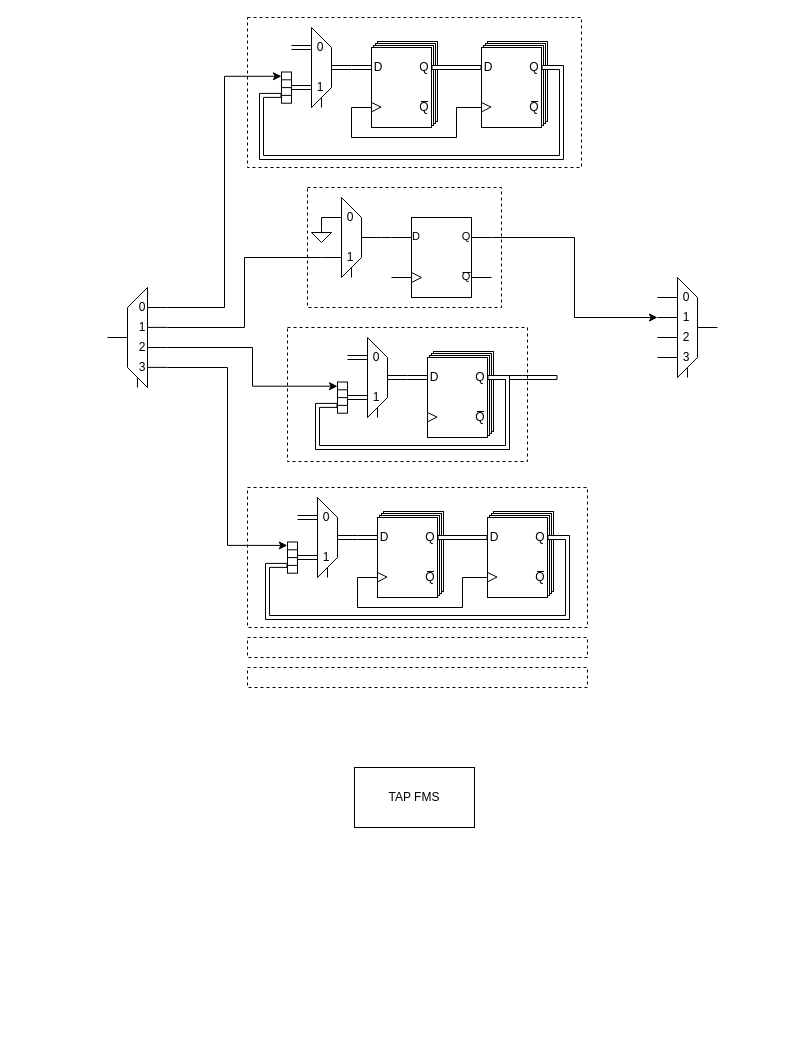
This is JTAG.drawio from Verdvana/JTAG, a draw.io file, before an edit. Source tidied: cells renumbered, new cells numbered last; positions are measured from the earlier drawing's top-left corner, leaving out a move shared by most shapes. Both pictures are drawn from the tidied source at 100%, with x=0, y=0 at pixel (107, 17).
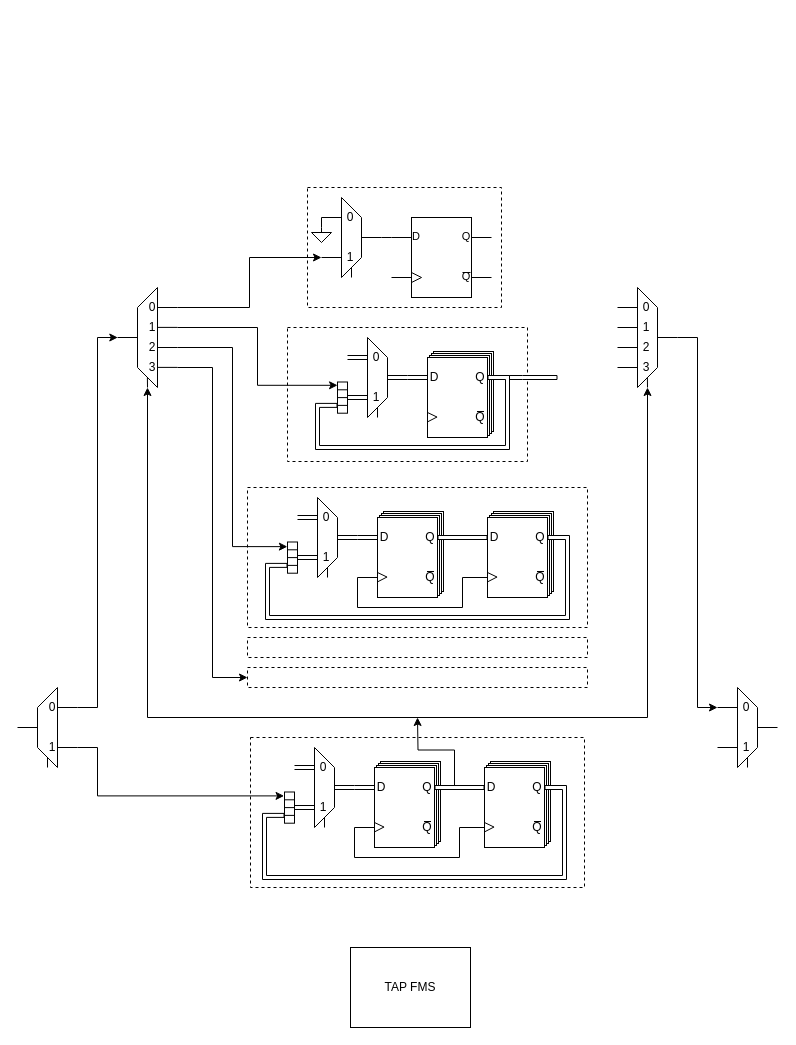
Above is the later version.

The change refers to these unchanged cells:
```xml
<mxCell id="5" style="group;" parent="1" vertex="1">
  <mxGeometry x="320" y="334" width="100" height="110" as="geometry" />
</mxCell>
<mxCell id="20" style="verticalLabelPosition=bottom;shadow=0;dashed=0;align=center;html=1;verticalAlign=top;shape=mxgraph.electrical.logic_gates.d_type_flip-flop;" parent="1" vertex="1">
  <mxGeometry x="284" y="200" width="100" height="80" as="geometry" />
</mxCell>
<mxCell id="21" style="group;" parent="1" vertex="1">
  <mxGeometry x="214" y="180" width="60" height="80" as="geometry" />
</mxCell>
<mxCell id="46" style="whiteSpace=wrap;html=1;rotation=-90;" parent="1" vertex="1">
  <mxGeometry x="219.4" y="375.1" width="31.2" height="10" as="geometry" />
</mxCell>
<mxCell id="56" style="whiteSpace=wrap;html=1;" parent="51" vertex="1">
  <mxGeometry y="6" width="60" height="80" as="geometry" />
</mxCell>
<mxCell id="59" value="D" style="text;strokeColor=none;align=center;fillColor=none;html=1;verticalAlign=middle;whiteSpace=wrap;rounded=0;" parent="51" vertex="1">
  <mxGeometry y="20" width="14" height="12" as="geometry" />
</mxCell>
<mxCell id="60" value="Q" style="text;strokeColor=none;align=center;fillColor=none;html=1;verticalAlign=middle;whiteSpace=wrap;rounded=0;" parent="51" vertex="1">
  <mxGeometry x="46" y="20" width="14" height="12" as="geometry" />
</mxCell>
<mxCell id="84" style="whiteSpace=wrap;html=1;" parent="79" vertex="1">
  <mxGeometry y="6" width="60" height="80" as="geometry" />
</mxCell>
<mxCell id="88" value="Q" style="text;strokeColor=none;align=center;fillColor=none;html=1;verticalAlign=middle;whiteSpace=wrap;rounded=0;" parent="79" vertex="1">
  <mxGeometry x="46" y="20" width="14" height="12" as="geometry" />
</mxCell>
<mxCell id="117" style="whiteSpace=wrap;html=1;rotation=-90;" parent="1" vertex="1">
  <mxGeometry x="169.4" y="535.1" width="31.2" height="10" as="geometry" />
</mxCell>
<mxCell id="138" style="rounded=0;whiteSpace=wrap;html=1;fillColor=none;dashed=1;" parent="1" vertex="1">
  <mxGeometry x="140" y="650" width="340" height="20" as="geometry" />
</mxCell>
```

Change to the diagram source:
```diff
@@
     <mxCell id="2" style="rounded=0;whiteSpace=wrap;html=1;fillColor=none;dashed=1;" parent="1" vertex="1">
-      <mxGeometry x="140" width="334" height="150" as="geometry" />
+      <mxGeometry x="143" y="720" width="334" height="150" as="geometry" />
     </mxCell>
@@
+    <mxCell id="18" style="rounded=0;whiteSpace=wrap;html=1;fillColor=none;dashed=1;" parent="5" vertex="1">
+      <mxGeometry x="-140" y="-24" width="240" height="134" as="geometry" />
+    </mxCell>
@@
-    <mxCell id="18" style="rounded=0;whiteSpace=wrap;html=1;fillColor=none;dashed=1;" parent="5" vertex="1">
-      <mxGeometry x="-140" y="-24" width="240" height="134" as="geometry" />
-    </mxCell>
@@
     <mxCell id="51" style="group;" parent="1" vertex="1">
-      <mxGeometry x="264" y="24" width="66" height="86" as="geometry" />
+      <mxGeometry x="267" y="744" width="66" height="86" as="geometry" />
     </mxCell>
@@
+    <mxCell id="176" style="edgeStyle=orthogonalEdgeStyle;rounded=0;jettySize=auto;html=1;exitX=1;exitY=0.5;exitDx=0;exitDy=0;" parent="51" edge="1" source="60">
+      <mxGeometry relative="1" as="geometry">
+        <mxPoint x="43" y="-44" as="targetPoint" />
+      </mxGeometry>
+    </mxCell>
@@
     <mxCell id="63" style="edgeStyle=orthogonalEdgeStyle;rounded=0;jettySize=auto;html=1;exitX=1;exitY=0.5;exitDx=0;exitDy=0;entryX=0;entryY=0.5;entryDx=0;entryDy=0;endArrow=none;endFill=0;shape=link;" parent="1" edge="1" target="59">
       <mxGeometry relative="1" as="geometry">
-        <mxPoint x="244" y="50" as="sourcePoint" />
+        <mxPoint x="247" y="770" as="sourcePoint" />
       </mxGeometry>
     </mxCell>
     <mxCell id="64" style="group;" parent="1" vertex="1">
-      <mxGeometry x="184" y="10" width="60" height="80" as="geometry" />
+      <mxGeometry x="187" y="730" width="60" height="80" as="geometry" />
     </mxCell>
@@
     <mxCell id="75" style="whiteSpace=wrap;html=1;rotation=-90;" parent="1" vertex="1">
-      <mxGeometry x="163.4" y="65.1" width="31.2" height="10" as="geometry" />
+      <mxGeometry x="166.4" y="785.1" width="31.2" height="10" as="geometry" />
     </mxCell>
@@
     <mxCell id="79" style="group;" parent="1" vertex="1">
-      <mxGeometry x="374" y="24" width="66" height="86" as="geometry" />
+      <mxGeometry x="377" y="744" width="66" height="86" as="geometry" />
     </mxCell>
@@
     <mxCell id="91" style="edgeStyle=orthogonalEdgeStyle;rounded=0;jettySize=auto;html=1;exitX=1;exitY=0.5;exitDx=0;exitDy=0;entryX=0.25;entryY=0;entryDx=0;entryDy=0;shape=flexArrow;endArrow=none;endFill=0;width=4;fillColor=default;" parent="1" edge="1" source="88" target="75">
       <mxGeometry relative="1" as="geometry">
         <Array as="points">
-          <mxPoint x="454" y="50" />
-          <mxPoint x="454" y="140" />
-          <mxPoint x="154" y="140" />
-          <mxPoint x="154" y="78" />
+          <mxPoint x="457" y="770" />
+          <mxPoint x="457" y="860" />
+          <mxPoint x="157" y="860" />
+          <mxPoint x="157" y="798" />
         </Array>
       </mxGeometry>
     </mxCell>
@@
     <mxCell id="135" style="edgeStyle=orthogonalEdgeStyle;rounded=0;jettySize=auto;html=1;exitX=0;exitY=0.75;exitDx=0;exitDy=0;entryX=0;entryY=0.75;entryDx=0;entryDy=0;endArrow=none;endFill=0;" parent="1" edge="1" source="84" target="56">
       <mxGeometry relative="1" as="geometry">
         <Array as="points">
-          <mxPoint x="349" y="90" />
-          <mxPoint x="349" y="120" />
-          <mxPoint x="244" y="120" />
-          <mxPoint x="244" y="90" />
+          <mxPoint x="352" y="810" />
+          <mxPoint x="352" y="840" />
+          <mxPoint x="247" y="840" />
+          <mxPoint x="247" y="810" />
         </Array>
       </mxGeometry>
     </mxCell>
@@
+    <mxCell id="177" style="edgeStyle=orthogonalEdgeStyle;rounded=0;jettySize=auto;html=1;exitX=1;exitY=0.5;exitDx=0;exitDy=0;exitPerimeter=0;entryX=0;entryY=0.25;entryDx=0;entryDy=0;" parent="1" edge="1" source="139" target="193">
+      <mxGeometry relative="1" as="geometry" />
+    </mxCell>
     <mxCell id="139" style="group;points=[[0,0.19,0,0,1],[0,0.43,0,0,-3],[0,0.63,0,0,-3],[0,0.94,0,0,-14],[0.5,1,0,0,0],[1,0.5,0,0,0]];" parent="1" vertex="1">
-      <mxGeometry x="550" y="260" width="60" height="100" as="geometry" />
+      <mxGeometry x="510" y="270" width="60" height="100" as="geometry" />
     </mxCell>
@@
-    <mxCell id="155" style="edgeStyle=orthogonalEdgeStyle;rounded=0;jettySize=auto;html=1;exitX=1;exitY=0.25;exitDx=0;exitDy=-5;exitPerimeter=0;entryX=0.863;entryY=-0.004;entryDx=0;entryDy=0;entryPerimeter=0;" parent="1" edge="1" source="158" target="75">
-      <mxGeometry relative="1" as="geometry" />
-    </mxCell>
-    <mxCell id="156" style="edgeStyle=orthogonalEdgeStyle;rounded=0;jettySize=auto;html=1;exitX=1;exitY=0.5;exitDx=0;exitDy=-10;exitPerimeter=0;entryX=0;entryY=0.75;entryDx=0;entryDy=0;endArrow=none;endFill=0;" parent="1" edge="1" source="158" target="21">
+    <mxCell id="156" style="edgeStyle=orthogonalEdgeStyle;rounded=0;jettySize=auto;html=1;exitX=1;exitY=0.25;exitDx=0;exitDy=-5;exitPerimeter=0;entryX=0;entryY=0.75;entryDx=0;entryDy=0;" parent="1" edge="1" source="158" target="21">
       <mxGeometry relative="1" as="geometry" />
     </mxCell>
-    <mxCell id="157" style="edgeStyle=orthogonalEdgeStyle;rounded=0;jettySize=auto;html=1;exitX=1;exitY=1;exitDx=0;exitDy=-20;exitPerimeter=0;entryX=0.89;entryY=-0.018;entryDx=0;entryDy=0;entryPerimeter=0;" parent="1" edge="1" source="158" target="117">
-      <mxGeometry relative="1" as="geometry" />
-    </mxCell>
+    <mxCell id="178" style="edgeStyle=orthogonalEdgeStyle;rounded=0;jettySize=auto;html=1;exitX=1;exitY=1;exitDx=0;exitDy=-20;exitPerimeter=0;entryX=0;entryY=0.5;entryDx=0;entryDy=0;" parent="1" edge="1" source="158" target="138">
+      <mxGeometry relative="1" as="geometry" />
+    </mxCell>
     <mxCell id="158" style="group;points=[[0,0.5,0,0,0],[0.5,1,0,0,0],[1,0.25,0,0,-5],[1,0.5,0,0,-10],[1,0.75,0,0,-15],[1,1,0,0,-20]];" parent="1" vertex="1">
-      <mxGeometry y="270" width="60" height="100" as="geometry" />
+      <mxGeometry x="10" y="270" width="60" height="100" as="geometry" />
     </mxCell>
@@
+    <mxCell id="175" value="TAP FMS" style="rounded=0;whiteSpace=wrap;html=1;" parent="1" vertex="1">
+      <mxGeometry x="243" y="930" width="120" height="80" as="geometry" />
+    </mxCell>
-    <mxCell id="173" style="edgeStyle=orthogonalEdgeStyle;rounded=0;jettySize=auto;html=1;exitX=1;exitY=0.75;exitDx=0;exitDy=-15;exitPerimeter=0;entryX=0.865;entryY=0.001;entryDx=0;entryDy=0;entryPerimeter=0;" parent="1" edge="1" source="158" target="46">
+    <mxCell id="173" style="edgeStyle=orthogonalEdgeStyle;rounded=0;jettySize=auto;html=1;exitX=1;exitY=0.5;exitDx=0;exitDy=-10;exitPerimeter=0;entryX=0.894;entryY=0.004;entryDx=0;entryDy=0;entryPerimeter=0;" parent="1" edge="1" source="158" target="46">
       <mxGeometry relative="1" as="geometry" />
     </mxCell>
-    <mxCell id="174" style="edgeStyle=orthogonalEdgeStyle;rounded=0;jettySize=auto;html=1;exitX=1;exitY=0.25;exitDx=0;exitDy=0;exitPerimeter=0;entryX=0;entryY=0.43;entryDx=0;entryDy=-3;entryPerimeter=0;" parent="1" edge="1" source="20" target="139">
-      <mxGeometry relative="1" as="geometry" />
-    </mxCell>
-    <mxCell id="175" value="TAP FMS" style="rounded=0;whiteSpace=wrap;html=1;" parent="1" vertex="1">
-      <mxGeometry x="247" y="750" width="120" height="60" as="geometry" />
-    </mxCell>
+    <mxCell id="157" style="edgeStyle=orthogonalEdgeStyle;rounded=0;jettySize=auto;html=1;exitX=1;exitY=0.75;exitDx=0;exitDy=-15;exitPerimeter=0;entryX=0.851;entryY=-0.012;entryDx=0;entryDy=0;entryPerimeter=0;" parent="1" edge="1" source="158" target="117">
+      <mxGeometry relative="1" as="geometry" />
+    </mxCell>
+    <mxCell id="179" style="edgeStyle=orthogonalEdgeStyle;rounded=0;jettySize=auto;html=1;exitX=1;exitY=0.25;exitDx=0;exitDy=0;" parent="1" edge="1" source="181">
+      <mxGeometry relative="1" as="geometry">
+        <mxPoint x="10.3" y="320" as="targetPoint" />
+        <Array as="points">
+          <mxPoint x="-10" y="690" />
+          <mxPoint x="-10" y="320" />
+        </Array>
+      </mxGeometry>
+    </mxCell>
+    <mxCell id="180" style="edgeStyle=orthogonalEdgeStyle;rounded=0;jettySize=auto;html=1;exitX=1;exitY=0.75;exitDx=0;exitDy=0;entryX=0.875;entryY=-0.044;entryDx=0;entryDy=0;entryPerimeter=0;" parent="1" edge="1" source="181" target="75">
+      <mxGeometry relative="1" as="geometry">
+        <Array as="points">
+          <mxPoint x="-10" y="730" />
+          <mxPoint x="-10" y="778" />
+        </Array>
+      </mxGeometry>
+    </mxCell>
+    <mxCell id="181" style="group;" parent="1" vertex="1">
+      <mxGeometry x="-90" y="670" width="60" height="80" as="geometry" />
+    </mxCell>
+    <mxCell id="182" style="edgeStyle=none;orthogonalLoop=1;jettySize=auto;html=1;rounded=0;endArrow=none;endFill=0;" parent="181" edge="1">
+      <mxGeometry relative="1" as="geometry">
+        <mxPoint x="20" y="60" as="sourcePoint" />
+        <mxPoint x="20" y="20" as="targetPoint" />
+      </mxGeometry>
+    </mxCell>
+    <mxCell id="183" style="edgeStyle=none;orthogonalLoop=1;jettySize=auto;html=1;rounded=0;endArrow=none;endFill=0;" parent="181" edge="1">
+      <mxGeometry relative="1" as="geometry">
+        <mxPoint x="40" y="80" as="sourcePoint" />
+        <mxPoint x="40" as="targetPoint" />
+      </mxGeometry>
+    </mxCell>
+    <mxCell id="184" style="edgeStyle=none;orthogonalLoop=1;jettySize=auto;html=1;rounded=0;endArrow=none;endFill=0;" parent="181" edge="1">
+      <mxGeometry relative="1" as="geometry">
+        <mxPoint x="20" y="40" as="sourcePoint" />
+        <mxPoint y="40" as="targetPoint" />
+      </mxGeometry>
+    </mxCell>
+    <mxCell id="185" style="edgeStyle=none;orthogonalLoop=1;jettySize=auto;html=1;rounded=0;endArrow=none;endFill=0;" parent="181" edge="1">
+      <mxGeometry relative="1" as="geometry">
+        <mxPoint x="60" y="20" as="sourcePoint" />
+        <mxPoint x="40" y="20" as="targetPoint" />
+      </mxGeometry>
+    </mxCell>
+    <mxCell id="186" style="edgeStyle=none;orthogonalLoop=1;jettySize=auto;html=1;rounded=0;endArrow=none;endFill=0;" parent="181" edge="1">
+      <mxGeometry relative="1" as="geometry">
+        <mxPoint x="60" y="60" as="sourcePoint" />
+        <mxPoint x="40" y="60" as="targetPoint" />
+      </mxGeometry>
+    </mxCell>
+    <mxCell id="187" style="edgeStyle=none;orthogonalLoop=1;jettySize=auto;html=1;rounded=0;endArrow=none;endFill=0;" parent="181" edge="1">
+      <mxGeometry relative="1" as="geometry">
+        <mxPoint x="40" as="sourcePoint" />
+        <mxPoint x="20" y="20" as="targetPoint" />
+      </mxGeometry>
+    </mxCell>
+    <mxCell id="188" style="edgeStyle=none;orthogonalLoop=1;jettySize=auto;html=1;rounded=0;endArrow=none;endFill=0;" parent="181" edge="1">
+      <mxGeometry relative="1" as="geometry">
+        <mxPoint x="40" y="80" as="sourcePoint" />
+        <mxPoint x="20" y="60" as="targetPoint" />
+      </mxGeometry>
+    </mxCell>
+    <mxCell id="189" style="edgeStyle=none;orthogonalLoop=1;jettySize=auto;html=1;rounded=0;endArrow=none;endFill=0;" parent="181" edge="1">
+      <mxGeometry relative="1" as="geometry">
+        <mxPoint x="30" y="80" as="sourcePoint" />
+        <mxPoint x="30" y="70" as="targetPoint" />
+      </mxGeometry>
+    </mxCell>
+    <mxCell id="190" value="0" style="text;strokeColor=none;align=center;fillColor=none;html=1;verticalAlign=middle;whiteSpace=wrap;rounded=0;" parent="181" vertex="1">
+      <mxGeometry x="30" y="10" width="10" height="20" as="geometry" />
+    </mxCell>
+    <mxCell id="191" value="1" style="text;strokeColor=none;align=center;fillColor=none;html=1;verticalAlign=middle;whiteSpace=wrap;rounded=0;" parent="181" vertex="1">
+      <mxGeometry x="30" y="50" width="10" height="20" as="geometry" />
+    </mxCell>
+    <mxCell id="192" style="edgeStyle=orthogonalEdgeStyle;rounded=0;jettySize=auto;html=1;exitX=0.5;exitY=1;exitDx=0;exitDy=0;exitPerimeter=0;entryX=0.5;entryY=1;entryDx=0;entryDy=0;entryPerimeter=0;startArrow=classic;startFill=1;" parent="1" edge="1" source="158" target="139">
+      <mxGeometry relative="1" as="geometry">
+        <Array as="points">
+          <mxPoint x="40" y="700" />
+          <mxPoint x="540" y="700" />
+        </Array>
+      </mxGeometry>
+    </mxCell>
+    <mxCell id="193" style="group;" parent="1" vertex="1">
+      <mxGeometry x="610" y="670" width="60" height="80" as="geometry" />
+    </mxCell>
+    <mxCell id="194" style="edgeStyle=none;orthogonalLoop=1;jettySize=auto;html=1;rounded=0;endArrow=none;endFill=0;" parent="193" edge="1">
+      <mxGeometry relative="1" as="geometry">
+        <mxPoint x="20" y="80" as="sourcePoint" />
+        <mxPoint x="20" as="targetPoint" />
+      </mxGeometry>
+    </mxCell>
+    <mxCell id="195" style="edgeStyle=none;orthogonalLoop=1;jettySize=auto;html=1;rounded=0;endArrow=none;endFill=0;" parent="193" edge="1">
+      <mxGeometry relative="1" as="geometry">
+        <mxPoint x="40" y="60" as="sourcePoint" />
+        <mxPoint x="40" y="20" as="targetPoint" />
+      </mxGeometry>
+    </mxCell>
+    <mxCell id="196" style="edgeStyle=none;orthogonalLoop=1;jettySize=auto;html=1;rounded=0;endArrow=none;endFill=0;" parent="193" edge="1">
+      <mxGeometry relative="1" as="geometry">
+        <mxPoint x="60" y="40" as="sourcePoint" />
+        <mxPoint x="40" y="40" as="targetPoint" />
+      </mxGeometry>
+    </mxCell>
+    <mxCell id="197" style="edgeStyle=none;orthogonalLoop=1;jettySize=auto;html=1;rounded=0;endArrow=none;endFill=0;" parent="193" edge="1">
+      <mxGeometry relative="1" as="geometry">
+        <mxPoint x="20" y="20" as="sourcePoint" />
+        <mxPoint y="20" as="targetPoint" />
+      </mxGeometry>
+    </mxCell>
+    <mxCell id="198" style="edgeStyle=none;orthogonalLoop=1;jettySize=auto;html=1;rounded=0;endArrow=none;endFill=0;" parent="193" edge="1">
+      <mxGeometry relative="1" as="geometry">
+        <mxPoint x="20" y="60" as="sourcePoint" />
+        <mxPoint y="60" as="targetPoint" />
+      </mxGeometry>
+    </mxCell>
+    <mxCell id="199" style="edgeStyle=none;orthogonalLoop=1;jettySize=auto;html=1;rounded=0;endArrow=none;endFill=0;" parent="193" edge="1">
+      <mxGeometry relative="1" as="geometry">
+        <mxPoint x="40" y="20" as="sourcePoint" />
+        <mxPoint x="20" as="targetPoint" />
+      </mxGeometry>
+    </mxCell>
+    <mxCell id="200" style="edgeStyle=none;orthogonalLoop=1;jettySize=auto;html=1;rounded=0;endArrow=none;endFill=0;" parent="193" edge="1">
+      <mxGeometry relative="1" as="geometry">
+        <mxPoint x="40" y="60" as="sourcePoint" />
+        <mxPoint x="20" y="80" as="targetPoint" />
+      </mxGeometry>
+    </mxCell>
+    <mxCell id="201" style="edgeStyle=none;orthogonalLoop=1;jettySize=auto;html=1;rounded=0;endArrow=none;endFill=0;" parent="193" edge="1">
+      <mxGeometry relative="1" as="geometry">
+        <mxPoint x="30" y="80" as="sourcePoint" />
+        <mxPoint x="30" y="70" as="targetPoint" />
+      </mxGeometry>
+    </mxCell>
+    <mxCell id="202" value="0" style="text;strokeColor=none;align=center;fillColor=none;html=1;verticalAlign=middle;whiteSpace=wrap;rounded=0;" parent="193" vertex="1">
+      <mxGeometry x="24" y="10" width="10" height="20" as="geometry" />
+    </mxCell>
+    <mxCell id="203" value="1" style="text;strokeColor=none;align=center;fillColor=none;html=1;verticalAlign=middle;whiteSpace=wrap;rounded=0;" parent="193" vertex="1">
+      <mxGeometry x="24" y="50" width="10" height="20" as="geometry" />
+    </mxCell>
```
